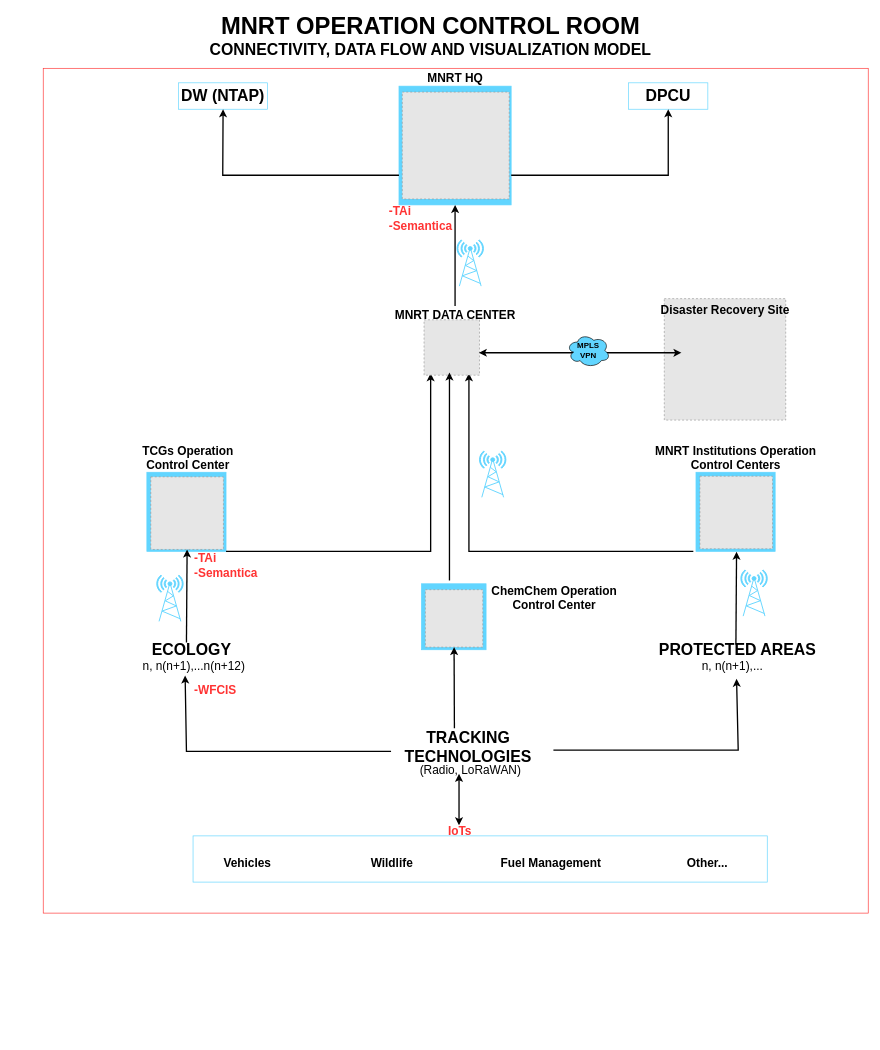
This is control-room.drawio from MbalamulaS/tech-diagrams, a draw.io file, before an edit. Source tidied: cells renumbered, new cells numbered last; positions are measured from the earlier drawing's top-left corner, leaving out a move shared by most shapes. Both pictures are drawn from the tidied source at 66%, with x=0, y=0 at pixel (11, 15). Pictures stored in the file or linked from it are replaced by grey dashed boxes.
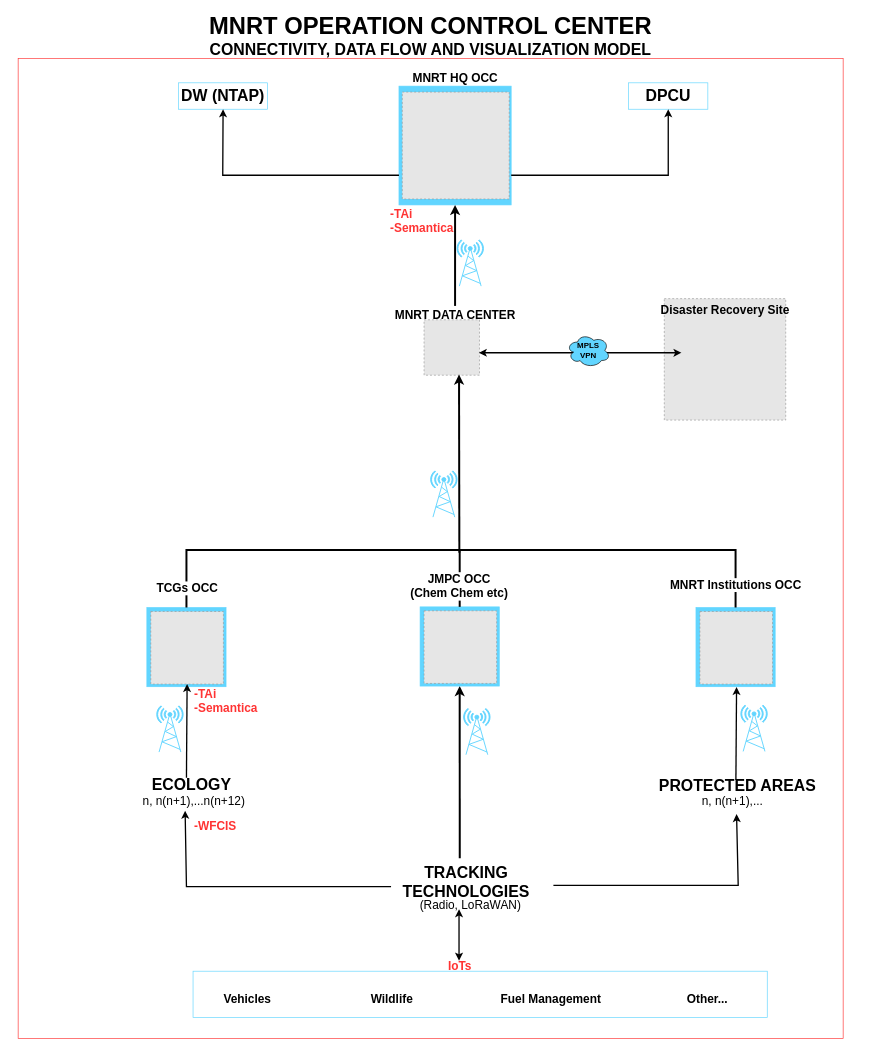
The same diagram, later.

The change refers to these unchanged cells:
```xml
<mxCell id="18" style="rounded=0;whiteSpace=wrap;html=1;strokeColor=#61D5FF;fillColor=#61D5FF;" parent="1" vertex="1">
  <mxGeometry x="587" y="107" width="170" height="180" as="geometry" />
</mxCell>
<mxCell id="30" style="fillColor=#E6E6E6;strokeColor=#999999;dashed=1;verticalLabelPosition=bottom;verticalAlign=top;" parent="1" vertex="1">
  <mxGeometry x="625" y="461" width="84" height="84" as="geometry" />
</mxCell>
<mxCell id="31" value="&lt;font style=&quot;font-size: 18px;&quot;&gt;&lt;b&gt;MNRT DATA CENTER&lt;br&gt;&lt;/b&gt;&lt;/font&gt;" style="text;html=1;align=center;verticalAlign=middle;whiteSpace=wrap;rounded=0;" parent="1" vertex="1">
  <mxGeometry x="568.5" y="440" width="207" height="30" as="geometry" />
</mxCell>
```

Change to the diagram source:
```diff
@@
+    <mxCell id="7" value="&lt;div&gt;&lt;b&gt;&lt;font style=&quot;font-size: 36px;&quot;&gt;MNRT OPERATION CONTROL CENTER&lt;br&gt;&lt;/font&gt;&lt;/b&gt;&lt;/div&gt;&lt;div&gt;&lt;b&gt;&lt;font style=&quot;font-size: 24px;&quot;&gt;CONNECTIVITY, DATA FLOW AND VISUALIZATION MODEL&lt;font&gt;&lt;br&gt;&lt;/font&gt;&lt;/font&gt;&lt;/b&gt;&lt;/div&gt;&lt;div&gt;&lt;/div&gt;" style="text;html=1;align=center;verticalAlign=middle;whiteSpace=wrap;rounded=0;fontFamily=Helvetica;fontSize=11;fontColor=default;labelBackgroundColor=default;" parent="1" vertex="1">
+      <mxGeometry width="1270" height="60" as="geometry" />
+    </mxCell>
     <mxCell id="2" style="rounded=0;whiteSpace=wrap;html=1;strokeColor=#FF3333;" parent="1" vertex="1">
-      <mxGeometry x="48" y="80" width="1250" height="1280" as="geometry" />
+      <mxGeometry x="10" y="65" width="1250" height="1485" as="geometry" />
     </mxCell>
     <mxCell id="3" style="rounded=0;whiteSpace=wrap;html=1;strokeColor=#61D5FF;" parent="1" vertex="1">
-      <mxGeometry x="275" y="1243" width="870" height="70" as="geometry" />
+      <mxGeometry x="275" y="1448" width="870" height="70" as="geometry" />
     </mxCell>
     <mxCell id="4" style="rounded=0;whiteSpace=wrap;html=1;strokeColor=#61D5FF;fillColor=#61D5FF;" parent="1" vertex="1">
-      <mxGeometry x="1037" y="692" width="120" height="120" as="geometry" />
+      <mxGeometry x="1037" y="897" width="120" height="120" as="geometry" />
     </mxCell>
     <mxCell id="5" style="rounded=0;whiteSpace=wrap;html=1;strokeColor=#61D5FF;fillColor=#61D5FF;" parent="1" vertex="1">
-      <mxGeometry x="205" y="692" width="120" height="120" as="geometry" />
+      <mxGeometry x="205" y="897" width="120" height="120" as="geometry" />
     </mxCell>
     <mxCell id="6" style="edgeStyle=none;rounded=0;orthogonalLoop=1;jettySize=auto;html=1;entryX=0.5;entryY=0;entryDx=0;entryDy=0;entryPerimeter=0;shadow=0;strokeColor=default;strokeWidth=2;align=center;verticalAlign=middle;fontFamily=Helvetica;fontSize=11;fontColor=default;labelBackgroundColor=default;startArrow=classic;endArrow=classic;fillColor=#515151;" parent="1" edge="1">
       <mxGeometry relative="1" as="geometry">
-        <mxPoint x="892" y="769" as="sourcePoint" />
-        <mxPoint x="892" y="769" as="targetPoint" />
+        <mxPoint x="892" y="974" as="sourcePoint" />
+        <mxPoint x="892" y="974" as="targetPoint" />
       </mxGeometry>
     </mxCell>
-    <mxCell id="7" value="&lt;div&gt;&lt;b&gt;&lt;font style=&quot;font-size: 36px;&quot;&gt;MNRT OPERATION CONTROL ROOM&lt;br&gt;&lt;/font&gt;&lt;/b&gt;&lt;/div&gt;&lt;div&gt;&lt;b&gt;&lt;font style=&quot;font-size: 24px;&quot;&gt;CONNECTIVITY, DATA FLOW AND VISUALIZATION MODEL&lt;font&gt;&lt;br&gt;&lt;/font&gt;&lt;/font&gt;&lt;/b&gt;&lt;/div&gt;&lt;div&gt;&lt;/div&gt;" style="text;html=1;align=center;verticalAlign=middle;whiteSpace=wrap;rounded=0;fontFamily=Helvetica;fontSize=11;fontColor=default;labelBackgroundColor=default;" parent="1" vertex="1">
-      <mxGeometry width="1270" height="60" as="geometry" />
-    </mxCell>
-    <mxCell id="8" value="&lt;font style=&quot;font-size: 18px;&quot;&gt;&lt;b&gt;TCGs Operation Control Center&lt;br&gt;&lt;/b&gt;&lt;/font&gt;" style="text;html=1;align=center;verticalAlign=middle;whiteSpace=wrap;rounded=0;fontFamily=Helvetica;fontSize=12;fontColor=default;" parent="1" vertex="1">
-      <mxGeometry x="164" y="656" width="207" height="30" as="geometry" />
-    </mxCell>
     <mxCell id="9" style="fillColor=#E6E6E6;strokeColor=#999999;dashed=1;verticalLabelPosition=bottom;verticalAlign=top;" parent="1" vertex="1">
-      <mxGeometry x="211" y="699" width="110" height="110" as="geometry" />
+      <mxGeometry x="211" y="903" width="110" height="110" as="geometry" />
     </mxCell>
     <mxCell id="10" value="&lt;h1 align=&quot;center&quot; style=&quot;margin-top: 0px;&quot;&gt;ECOLOGY&lt;/h1&gt;" style="text;html=1;whiteSpace=wrap;overflow=hidden;rounded=0; align=center;align=right;" parent="1" vertex="1">
-      <mxGeometry x="184" y="940" width="151" height="83" as="geometry" />
+      <mxGeometry x="184" y="1145" width="151" height="83" as="geometry" />
     </mxCell>
     <mxCell id="11" style="endArrow=classic;html=1;rounded=0;shadow=0;strokeColor=default;strokeWidth=2;align=center;verticalAlign=middle;fontFamily=Helvetica;fontSize=11;fontColor=default;labelBackgroundColor=default;fillColor=#515151;entryX=0.5;entryY=1;entryDx=0;entryDy=0;" parent="1" edge="1" target="9">
       <mxGeometry relative="1" as="geometry">
-        <mxPoint x="265" y="950" as="sourcePoint" />
+        <mxPoint x="265" y="1155" as="sourcePoint" />
       </mxGeometry>
     </mxCell>
     <mxCell id="12" style="fillColor=#E6E6E6;strokeColor=#999999;dashed=1;verticalLabelPosition=bottom;verticalAlign=top;" parent="1" vertex="1">
-      <mxGeometry x="1043" y="698" width="110" height="110" as="geometry" />
+      <mxGeometry x="1043" y="903" width="110" height="110" as="geometry" />
     </mxCell>
     <mxCell id="13" value="&lt;h1 align=&quot;center&quot; style=&quot;margin-top: 0px;&quot;&gt;PROTECTED AREAS&lt;br&gt;&lt;/h1&gt;" style="text;html=1;whiteSpace=wrap;overflow=hidden;rounded=0; align=center;align=right;" parent="1" vertex="1">
-      <mxGeometry x="972" y="941" width="249" height="83" as="geometry" />
+      <mxGeometry x="972" y="1146" width="249" height="83" as="geometry" />
     </mxCell>
-    <mxCell id="14" value="&lt;font style=&quot;font-size: 18px;&quot;&gt;&lt;b&gt;MNRT Institutions Operation Control Centers&lt;br&gt;&lt;/b&gt;&lt;/font&gt;" style="text;html=1;align=center;verticalAlign=middle;whiteSpace=wrap;rounded=0;" parent="1" vertex="1">
-      <mxGeometry x="946" y="656" width="303" height="30" as="geometry" />
-    </mxCell>
-    <mxCell id="15" style="endArrow=classic;html=1;rounded=0;shadow=0;strokeColor=default;strokeWidth=2;align=center;verticalAlign=middle;fontFamily=Helvetica;fontSize=11;fontColor=default;labelBackgroundColor=default;fillColor=#515151;" parent="1" edge="1">
-      <mxGeometry relative="1" as="geometry">
-        <mxPoint x="1033" y="812" as="sourcePoint" />
-        <mxPoint x="693" y="542" as="targetPoint" />
-        <Array as="points">
-          <mxPoint x="693" y="812" />
-        </Array>
-      </mxGeometry>
-    </mxCell>
-    <mxCell id="16" style="endArrow=classic;html=1;rounded=0;shadow=0;strokeColor=default;strokeWidth=2;align=center;verticalAlign=middle;fontFamily=Helvetica;fontSize=11;fontColor=default;labelBackgroundColor=default;fillColor=#515151;exitX=1;exitY=1;exitDx=0;exitDy=0;" parent="1" edge="1" source="5">
-      <mxGeometry relative="1" as="geometry">
-        <mxPoint x="635" y="542" as="targetPoint" />
-        <Array as="points">
-          <mxPoint x="635" y="812" />
-        </Array>
-      </mxGeometry>
-    </mxCell>
     <mxCell id="17" style="fontColor=#0066CC;verticalAlign=top;verticalLabelPosition=bottom;labelPosition=center;align=center;html=1;fillColor=#61D5FF;strokeColor=#61D5FF;gradientColor=none;gradientDirection=north;strokeWidth=2;shape=mxgraph.networks.radio_tower;" parent="1" vertex="1">
-      <mxGeometry x="709" y="660" width="40" height="70" as="geometry" />
+      <mxGeometry x="635" y="690" width="40" height="70" as="geometry" />
     </mxCell>
@@
     <mxCell id="20" style="fontColor=#0066CC;verticalAlign=top;verticalLabelPosition=bottom;labelPosition=center;align=center;html=1;fillColor=#61D5FF;strokeColor=#61D5FF;gradientColor=none;gradientDirection=north;strokeWidth=2;shape=mxgraph.networks.radio_tower;" parent="1" vertex="1">
-      <mxGeometry x="220" y="848" width="40" height="70" as="geometry" />
+      <mxGeometry x="220" y="1046" width="40" height="70" as="geometry" />
     </mxCell>
     <mxCell id="21" style="fontColor=#0066CC;verticalAlign=top;verticalLabelPosition=bottom;labelPosition=center;align=center;html=1;fillColor=#61D5FF;strokeColor=#61D5FF;gradientColor=none;gradientDirection=north;strokeWidth=2;shape=mxgraph.networks.radio_tower;" parent="1" vertex="1">
-      <mxGeometry x="1105" y="840" width="40" height="70" as="geometry" />
+      <mxGeometry x="1105" y="1045" width="40" height="70" as="geometry" />
     </mxCell>
-    <mxCell id="22" style="endArrow=classic;html=1;rounded=0;shadow=0;strokeColor=default;strokeWidth=2;align=center;verticalAlign=middle;fontFamily=Helvetica;fontSize=11;fontColor=default;labelBackgroundColor=default;fillColor=#515151;entryX=0.5;entryY=1;entryDx=0;entryDy=0;exitX=0.5;exitY=0;exitDx=0;exitDy=0;" parent="1" edge="1" source="31" target="18">
+    <mxCell id="22" style="endArrow=classic;html=1;rounded=0;shadow=0;strokeColor=default;strokeWidth=3;align=center;verticalAlign=middle;fontFamily=Helvetica;fontSize=11;fontColor=default;labelBackgroundColor=default;fillColor=#515151;entryX=0.5;entryY=1;entryDx=0;entryDy=0;exitX=0.5;exitY=0;exitDx=0;exitDy=0;" parent="1" edge="1" source="31" target="18">
       <mxGeometry relative="1" as="geometry" />
     </mxCell>
@@
-    <mxCell id="28" value="&lt;font style=&quot;font-size: 18px;&quot;&gt;&lt;b&gt;MNRT HQ&lt;br&gt;&lt;/b&gt;&lt;/font&gt;" style="text;html=1;align=center;verticalAlign=middle;whiteSpace=wrap;rounded=0;" parent="1" vertex="1">
+    <mxCell id="28" value="&lt;font style=&quot;font-size: 18px;&quot;&gt;&lt;b&gt;MNRT HQ OCC&lt;br&gt;&lt;/b&gt;&lt;/font&gt;" style="text;html=1;align=center;verticalAlign=middle;whiteSpace=wrap;rounded=0;" parent="1" vertex="1">
       <mxGeometry x="568.5" y="80" width="207" height="30" as="geometry" />
     </mxCell>
     <mxCell id="29" value="&lt;div align=&quot;left&quot;&gt;&lt;b&gt;&lt;font style=&quot;font-size: 18px;&quot; color=&quot;#ff3333&quot;&gt;-TAi&lt;/font&gt;&lt;/b&gt;&lt;/div&gt;&lt;div align=&quot;left&quot;&gt;&lt;b&gt;&lt;font style=&quot;font-size: 18px;&quot; color=&quot;#ff3333&quot;&gt;-Semantica&lt;/font&gt;&lt;/b&gt;&lt;/div&gt;" style="text;html=1;align=left;verticalAlign=middle;whiteSpace=wrap;rounded=0;" parent="1" vertex="1">
-      <mxGeometry x="570" y="286" width="130" height="44" as="geometry" />
+      <mxGeometry x="572" y="290" width="130" height="44" as="geometry" />
     </mxCell>
@@
     <mxCell id="36" value="&lt;h1 align=&quot;center&quot; style=&quot;margin-top: 0px;&quot;&gt;TRACKING TECHNOLOGIES&lt;br&gt;&lt;/h1&gt;" style="text;html=1;whiteSpace=wrap;overflow=hidden;rounded=0; align=center;align=right;" parent="1" vertex="1">
-      <mxGeometry x="568.5" y="1073" width="247.5" height="83" as="geometry" />
+      <mxGeometry x="565.5" y="1278" width="247.5" height="83" as="geometry" />
     </mxCell>
     <mxCell id="37" value="&lt;font style=&quot;font-size: 18px;&quot;&gt;&lt;b&gt;Vehicles &lt;/b&gt;&lt;/font&gt;" style="text;html=1;align=center;verticalAlign=middle;whiteSpace=wrap;rounded=0;fontFamily=Helvetica;fontSize=12;fontColor=default;" parent="1" vertex="1">
-      <mxGeometry x="254" y="1270" width="207" height="30" as="geometry" />
+      <mxGeometry x="254" y="1475" width="207" height="30" as="geometry" />
     </mxCell>
     <mxCell id="38" value="&lt;font style=&quot;font-size: 18px;&quot;&gt;&lt;b&gt;Wildlife &lt;/b&gt;&lt;/font&gt;" style="text;html=1;align=center;verticalAlign=middle;whiteSpace=wrap;rounded=0;fontFamily=Helvetica;fontSize=12;fontColor=default;" parent="1" vertex="1">
-      <mxGeometry x="473" y="1270" width="207" height="30" as="geometry" />
+      <mxGeometry x="473" y="1475" width="207" height="30" as="geometry" />
     </mxCell>
     <mxCell id="39" value="&lt;font style=&quot;font-size: 18px;&quot;&gt;&lt;b&gt;Fuel Management &lt;/b&gt;&lt;/font&gt;" style="text;html=1;align=center;verticalAlign=middle;whiteSpace=wrap;rounded=0;fontFamily=Helvetica;fontSize=12;fontColor=default;" parent="1" vertex="1">
-      <mxGeometry x="713.5" y="1270" width="207" height="30" as="geometry" />
+      <mxGeometry x="713.5" y="1475" width="207" height="30" as="geometry" />
     </mxCell>
     <mxCell id="40" value="&lt;font style=&quot;font-size: 18px;&quot;&gt;&lt;b&gt;Other...&lt;/b&gt;&lt;/font&gt;" style="text;html=1;align=center;verticalAlign=middle;whiteSpace=wrap;rounded=0;fontFamily=Helvetica;fontSize=12;fontColor=default;" parent="1" vertex="1">
-      <mxGeometry x="950.5" y="1270" width="207" height="30" as="geometry" />
+      <mxGeometry x="950.5" y="1475" width="207" height="30" as="geometry" />
     </mxCell>
     <mxCell id="41" value="&lt;font style=&quot;font-size: 18px;&quot;&gt;n, n(n+1),...n(n+12) &lt;/font&gt;" style="text;html=1;align=center;verticalAlign=middle;whiteSpace=wrap;rounded=0;fontFamily=Helvetica;fontSize=12;fontColor=default;" parent="1" vertex="1">
-      <mxGeometry x="173" y="970.5" width="207" height="30" as="geometry" />
+      <mxGeometry x="173" y="1175.5" width="207" height="30" as="geometry" />
     </mxCell>
     <mxCell id="42" value="&lt;font style=&quot;font-size: 18px;&quot;&gt;n, n(n+1),... &lt;/font&gt;" style="text;html=1;align=center;verticalAlign=middle;whiteSpace=wrap;rounded=0;fontFamily=Helvetica;fontSize=12;fontColor=default;" parent="1" vertex="1">
-      <mxGeometry x="989" y="971" width="207" height="30" as="geometry" />
+      <mxGeometry x="989" y="1176" width="207" height="30" as="geometry" />
     </mxCell>
     <mxCell id="43" value="&lt;font style=&quot;font-size: 18px;&quot;&gt;(Radio, LoRaWAN) &lt;/font&gt;" style="text;html=1;align=center;verticalAlign=middle;whiteSpace=wrap;rounded=0;fontFamily=Helvetica;fontSize=12;fontColor=default;" parent="1" vertex="1">
-      <mxGeometry x="591.5" y="1128" width="207" height="30" as="geometry" />
+      <mxGeometry x="591.5" y="1333" width="207" height="30" as="geometry" />
     </mxCell>
     <mxCell id="44" value="&lt;font color=&quot;#ff3333&quot; style=&quot;font-size: 18px;&quot;&gt;&lt;b&gt;IoTs&lt;/b&gt;&lt;/font&gt;&lt;font style=&quot;font-size: 18px;&quot;&gt;&lt;b&gt; &lt;/b&gt;&lt;/font&gt;" style="text;html=1;align=center;verticalAlign=middle;whiteSpace=wrap;rounded=0;fontFamily=Helvetica;fontSize=12;fontColor=default;" parent="1" vertex="1">
-      <mxGeometry x="575.5" y="1221" width="207" height="30" as="geometry" />
+      <mxGeometry x="575.5" y="1426" width="207" height="30" as="geometry" />
     </mxCell>
     <mxCell id="45" style="endArrow=classic;startArrow=classic;html=1;rounded=0;exitX=0.5;exitY=0;exitDx=0;exitDy=0;entryX=0.5;entryY=1;entryDx=0;entryDy=0;strokeWidth=2;" parent="1" edge="1">
       <mxGeometry relative="1" as="geometry">
-        <mxPoint x="678" y="1227" as="sourcePoint" />
-        <mxPoint x="678" y="1149" as="targetPoint" />
+        <mxPoint x="678" y="1432" as="sourcePoint" />
+        <mxPoint x="678" y="1354" as="targetPoint" />
       </mxGeometry>
     </mxCell>
     <mxCell id="46" style="endArrow=classic;html=1;rounded=0;shadow=0;strokeColor=default;strokeWidth=2;align=center;verticalAlign=middle;fontFamily=Helvetica;fontSize=11;fontColor=default;labelBackgroundColor=default;fillColor=#515151;entryX=0.435;entryY=1.017;entryDx=0;entryDy=0;entryPerimeter=0;" parent="1" edge="1">
       <mxGeometry relative="1" as="geometry">
-        <mxPoint x="575" y="1115" as="sourcePoint" />
-        <mxPoint x="263" y="1000" as="targetPoint" />
+        <mxPoint x="575" y="1320" as="sourcePoint" />
+        <mxPoint x="263" y="1205" as="targetPoint" />
         <Array as="points">
-          <mxPoint x="265" y="1115" />
+          <mxPoint x="265" y="1320" />
         </Array>
       </mxGeometry>
     </mxCell>
     <mxCell id="47" style="endArrow=classic;html=1;rounded=0;shadow=0;strokeColor=default;strokeWidth=2;align=center;verticalAlign=middle;fontFamily=Helvetica;fontSize=11;fontColor=default;labelBackgroundColor=default;fillColor=#515151;entryX=0.5;entryY=1;entryDx=0;entryDy=0;" parent="1" edge="1">
       <mxGeometry relative="1" as="geometry">
-        <mxPoint x="821" y="1113" as="sourcePoint" />
-        <mxPoint x="1098.5" y="1005" as="targetPoint" />
+        <mxPoint x="821" y="1318" as="sourcePoint" />
+        <mxPoint x="1098.5" y="1210" as="targetPoint" />
         <Array as="points">
-          <mxPoint x="1101" y="1113" />
+          <mxPoint x="1101" y="1318" />
         </Array>
       </mxGeometry>
     </mxCell>
     <mxCell id="48" style="endArrow=classic;html=1;rounded=0;shadow=0;strokeColor=default;strokeWidth=2;align=center;verticalAlign=middle;fontFamily=Helvetica;fontSize=11;fontColor=default;labelBackgroundColor=default;fillColor=#515151;entryX=0.5;entryY=1;entryDx=0;entryDy=0;" parent="1" edge="1">
       <mxGeometry relative="1" as="geometry">
-        <mxPoint x="1097.5" y="953.5" as="sourcePoint" />
-        <mxPoint x="1098.5" y="812.5" as="targetPoint" />
+        <mxPoint x="1097.5" y="1158.5" as="sourcePoint" />
+        <mxPoint x="1098.5" y="1017.5" as="targetPoint" />
       </mxGeometry>
     </mxCell>
     <mxCell id="49" value="&lt;div align=&quot;left&quot;&gt;&lt;b&gt;&lt;font style=&quot;font-size: 18px;&quot; color=&quot;#ff3333&quot;&gt;-TAi&lt;/font&gt;&lt;/b&gt;&lt;/div&gt;&lt;div align=&quot;left&quot;&gt;&lt;b&gt;&lt;font style=&quot;font-size: 18px;&quot; color=&quot;#ff3333&quot;&gt;-Semantica&lt;/font&gt;&lt;/b&gt;&lt;/div&gt;" style="text;html=1;align=left;verticalAlign=middle;whiteSpace=wrap;rounded=0;" parent="1" vertex="1">
-      <mxGeometry x="275" y="812" width="130" height="44" as="geometry" />
+      <mxGeometry x="275" y="1017" width="130" height="44" as="geometry" />
     </mxCell>
     <mxCell id="50" value="&lt;div align=&quot;left&quot;&gt;&lt;b&gt;&lt;font style=&quot;font-size: 18px;&quot; color=&quot;#ff3333&quot;&gt;-WFCIS&lt;/font&gt;&lt;/b&gt;&lt;/div&gt;" style="text;html=1;align=left;verticalAlign=middle;whiteSpace=wrap;rounded=0;" parent="1" vertex="1">
-      <mxGeometry x="275" y="1001" width="70" height="44" as="geometry" />
+      <mxGeometry x="275" y="1206" width="70" height="44" as="geometry" />
     </mxCell>
-    <mxCell id="51" style="rounded=0;whiteSpace=wrap;html=1;strokeColor=#61D5FF;fillColor=#61D5FF;" parent="1" vertex="1">
-      <mxGeometry x="621" y="861" width="98" height="100" as="geometry" />
-    </mxCell>
-    <mxCell id="52" style="fillColor=#E6E6E6;strokeColor=#999999;dashed=1;verticalLabelPosition=bottom;verticalAlign=top;" parent="1" vertex="1">
-      <mxGeometry x="627" y="870" width="87" height="87" as="geometry" />
-    </mxCell>
     <mxCell id="53" value="&amp;nbsp;" style="text;whiteSpace=wrap;html=1;" parent="1" vertex="1">
-      <mxGeometry x="1045" y="1260" width="40" height="40" as="geometry" />
+      <mxGeometry x="1045" y="1465" width="40" height="40" as="geometry" />
     </mxCell>
-    <mxCell id="54" style="endArrow=classic;html=1;rounded=0;shadow=0;strokeColor=default;strokeWidth=2;align=center;verticalAlign=middle;fontFamily=Helvetica;fontSize=11;fontColor=default;labelBackgroundColor=default;fillColor=#515151;entryX=0.5;entryY=1;entryDx=0;entryDy=0;" parent="1" edge="1" target="52">
-      <mxGeometry relative="1" as="geometry">
-        <mxPoint x="671" y="1080" as="sourcePoint" />
-      </mxGeometry>
+    <mxCell id="54" style="endArrow=classic;html=1;rounded=0;shadow=0;strokeColor=default;strokeWidth=3;align=center;verticalAlign=middle;fontFamily=Helvetica;fontSize=11;fontColor=default;labelBackgroundColor=default;fillColor=#515151;entryX=0.5;entryY=1;entryDx=0;entryDy=0;exitX=0.459;exitY=-0.012;exitDx=0;exitDy=0;exitPerimeter=0;" parent="1" edge="1" source="36" target="57">
+      <mxGeometry relative="1" as="geometry" />
     </mxCell>
-    <mxCell id="55" style="endArrow=classic;html=1;rounded=0;shadow=0;strokeColor=default;strokeWidth=2;align=center;verticalAlign=middle;fontFamily=Helvetica;fontSize=11;fontColor=default;labelBackgroundColor=default;fillColor=#515151;entryX=0.429;entryY=0.988;entryDx=0;entryDy=0;entryPerimeter=0;exitX=0.347;exitY=-0.02;exitDx=0;exitDy=0;exitPerimeter=0;" parent="1" edge="1">
-      <mxGeometry relative="1" as="geometry">
-        <mxPoint x="663.5" y="856" as="sourcePoint" />
-        <mxPoint x="663.5" y="541" as="targetPoint" />
-      </mxGeometry>
-    </mxCell>
-    <mxCell id="56" value="&lt;font style=&quot;font-size: 18px;&quot;&gt;&lt;b&gt;ChemChem Operation Control Center&lt;br&gt;&lt;/b&gt;&lt;/font&gt;" style="text;html=1;align=center;verticalAlign=middle;whiteSpace=wrap;rounded=0;fontFamily=Helvetica;fontSize=12;fontColor=default;" parent="1" vertex="1">
-      <mxGeometry x="719" y="868" width="207" height="30" as="geometry" />
-    </mxCell>
+    <mxCell id="57" style="rounded=0;whiteSpace=wrap;html=1;strokeColor=#61D5FF;fillColor=#61D5FF;" parent="1" vertex="1">
+      <mxGeometry x="619" y="896" width="120" height="120" as="geometry" />
+    </mxCell>
+    <mxCell id="58" style="fillColor=#E6E6E6;strokeColor=#999999;dashed=1;verticalLabelPosition=bottom;verticalAlign=top;" parent="1" vertex="1">
+      <mxGeometry x="625" y="902" width="110" height="110" as="geometry" />
+    </mxCell>
+    <mxCell id="59" style="endArrow=classic;html=1;rounded=0;shadow=0;strokeColor=default;strokeWidth=3;align=center;verticalAlign=middle;fontFamily=Helvetica;fontSize=11;fontColor=default;labelBackgroundColor=default;fillColor=#515151;entryX=0.631;entryY=0.988;entryDx=0;entryDy=0;exitX=0.459;exitY=-0.012;exitDx=0;exitDy=0;exitPerimeter=0;entryPerimeter=0;" parent="1" edge="1" target="30">
+      <mxGeometry relative="1" as="geometry">
+        <mxPoint x="678.5" y="814" as="sourcePoint" />
+      </mxGeometry>
+    </mxCell>
+    <mxCell id="60" style="endArrow=none;html=1;rounded=0;exitX=0.5;exitY=0;exitDx=0;exitDy=0;entryX=0.5;entryY=0;entryDx=0;entryDy=0;strokeWidth=3;" parent="1" edge="1" source="5" target="4">
+      <mxGeometry relative="1" as="geometry">
+        <Array as="points">
+          <mxPoint x="265" y="810" />
+          <mxPoint x="1097" y="810" />
+        </Array>
+      </mxGeometry>
+    </mxCell>
+    <mxCell id="61" value="&lt;font style=&quot;font-size: 18px;&quot;&gt;&lt;b&gt;MNRT Institutions OCC&lt;br&gt;&lt;/b&gt;&lt;/font&gt;" style="edgeLabel;html=1;align=center;verticalAlign=middle;" parent="60" vertex="1">
+      <mxGeometry x="0.93" y="-1" relative="1" as="geometry" />
+    </mxCell>
+    <mxCell id="62" value="&lt;font style=&quot;font-size: 18px;&quot;&gt;&lt;b&gt;TCGs OCC&lt;br&gt;&lt;/b&gt;&lt;/font&gt;" style="edgeLabel;html=1;align=center;verticalAlign=middle;" parent="60" vertex="1">
+      <mxGeometry x="-0.94" relative="1" as="geometry" />
+    </mxCell>
+    <mxCell id="63" style="endArrow=none;html=1;rounded=0;exitX=0.5;exitY=0;exitDx=0;exitDy=0;strokeWidth=3;" parent="1" edge="1">
+      <mxGeometry relative="1" as="geometry">
+        <mxPoint x="679" y="896" as="sourcePoint" />
+        <mxPoint x="679" y="810" as="targetPoint" />
+      </mxGeometry>
+    </mxCell>
+    <mxCell id="64" value="&lt;div&gt;&lt;font style=&quot;font-size: 18px;&quot;&gt;&lt;b&gt;JMPC OCC&lt;br&gt;&lt;/b&gt;&lt;/font&gt;&lt;/div&gt;&lt;div&gt;&lt;font style=&quot;font-size: 18px;&quot;&gt;&lt;b&gt;(Chem Chem etc)&lt;br&gt;&lt;/b&gt;&lt;/font&gt;&lt;/div&gt;" style="edgeLabel;html=1;align=center;verticalAlign=middle;" parent="63" vertex="1">
+      <mxGeometry x="-0.26" y="2" relative="1" as="geometry" />
+    </mxCell>
+    <mxCell id="65" style="fontColor=#0066CC;verticalAlign=top;verticalLabelPosition=bottom;labelPosition=center;align=center;html=1;fillColor=#61D5FF;strokeColor=#61D5FF;gradientColor=none;gradientDirection=north;strokeWidth=2;shape=mxgraph.networks.radio_tower;" parent="1" vertex="1">
+      <mxGeometry x="685" y="1050" width="40" height="70" as="geometry" />
+    </mxCell>
```
